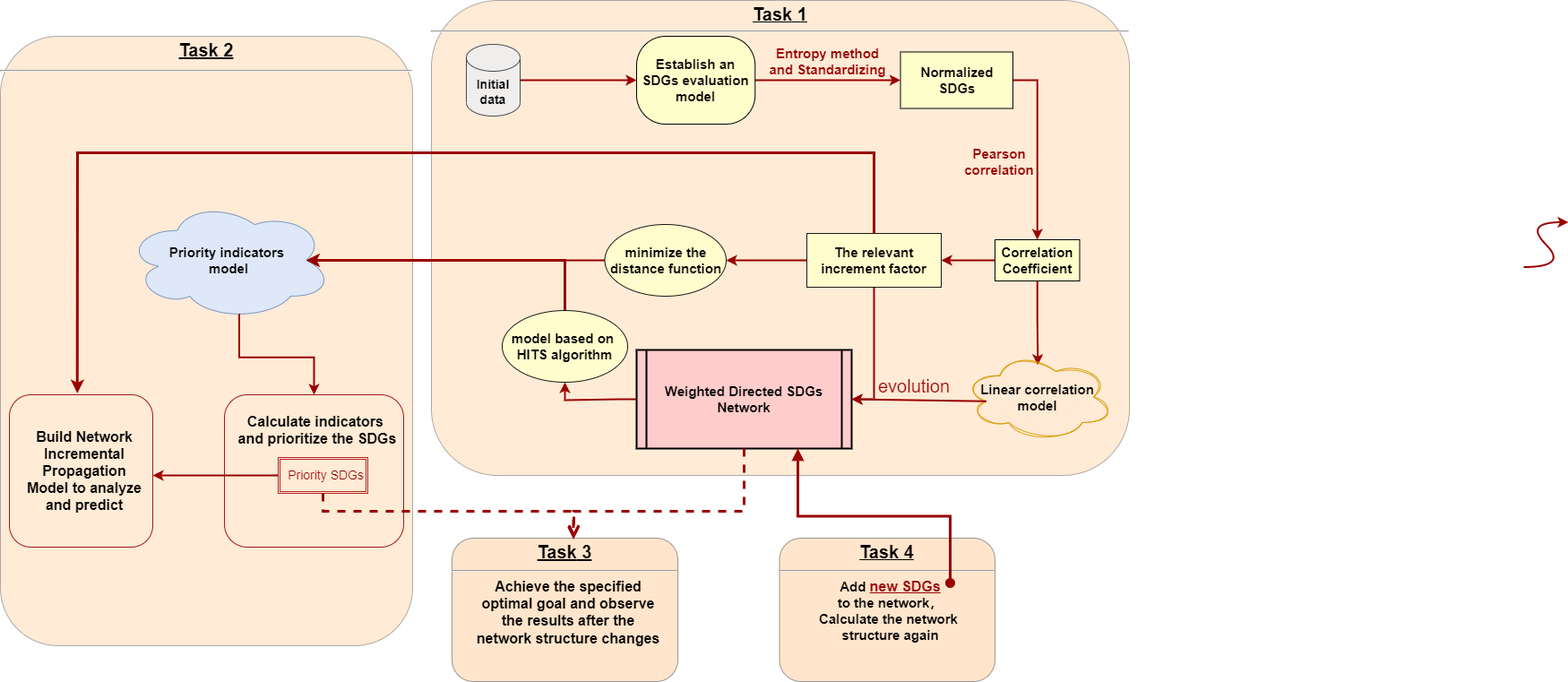
Before: 未命名绘图.drawio.png, a diagram exported from draw.io (JYbrucEupup/zip). Source tidied: cells renumbered, new cells last; positions are measured from the earlier drawing's top-left corner, leaving out a move shared by most shapes.
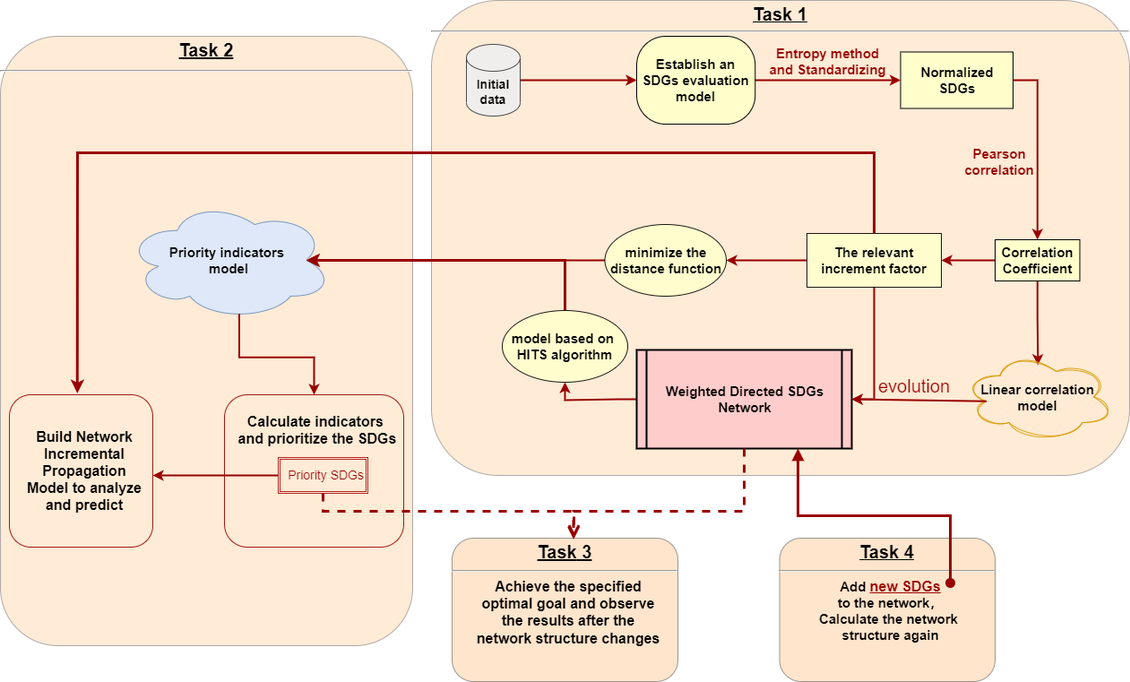
Later version of the same file.

Commit message:
更新未命名绘图.drawio.png

Diff of the diagram source:
```diff
@@ -123,16 +123,6 @@
     <mxCell id="37" value="&lt;font color=&quot;#990000&quot;&gt;evolution&lt;/font&gt;" style="rounded=0;whiteSpace=wrap;html=1;shadow=0;glass=0;labelBackgroundColor=none;labelBorderColor=none;strokeWidth=1;fontSize=20;arcSize=50;opacity=0;" parent="1" vertex="1">
       <mxGeometry x="960" y="400" width="120" height="60" as="geometry" />
     </mxCell>
-    <mxCell id="38" style="curved=1;endArrow=classic;html=1;rounded=0;strokeColor=#990000;strokeWidth=2;fontSize=15;fontColor=#990000;" parent="1" edge="1">
-      <mxGeometry relative="1" as="geometry">
-        <mxPoint x="1700" y="297.5" as="sourcePoint" />
-        <mxPoint x="1750" y="247.5" as="targetPoint" />
-        <Array as="points">
-          <mxPoint x="1750" y="297.5" />
-          <mxPoint x="1700" y="247.5" />
-        </Array>
-      </mxGeometry>
-    </mxCell>
     <mxCell id="39" style="html=1;verticalAlign=bottom;endArrow=open;dashed=1;endSize=8;edgeStyle=elbowEdgeStyle;elbow=vertical;curved=0;rounded=0;strokeColor=#990000;strokeWidth=3;fontSize=15;fontColor=#990000;entryX=0.538;entryY=0.009;entryDx=0;entryDy=0;entryPerimeter=0;exitX=0.5;exitY=1;exitDx=0;exitDy=0;" parent="1" edge="1" source="9" target="10">
       <mxGeometry relative="1" as="geometry">
         <Array as="points">
```
